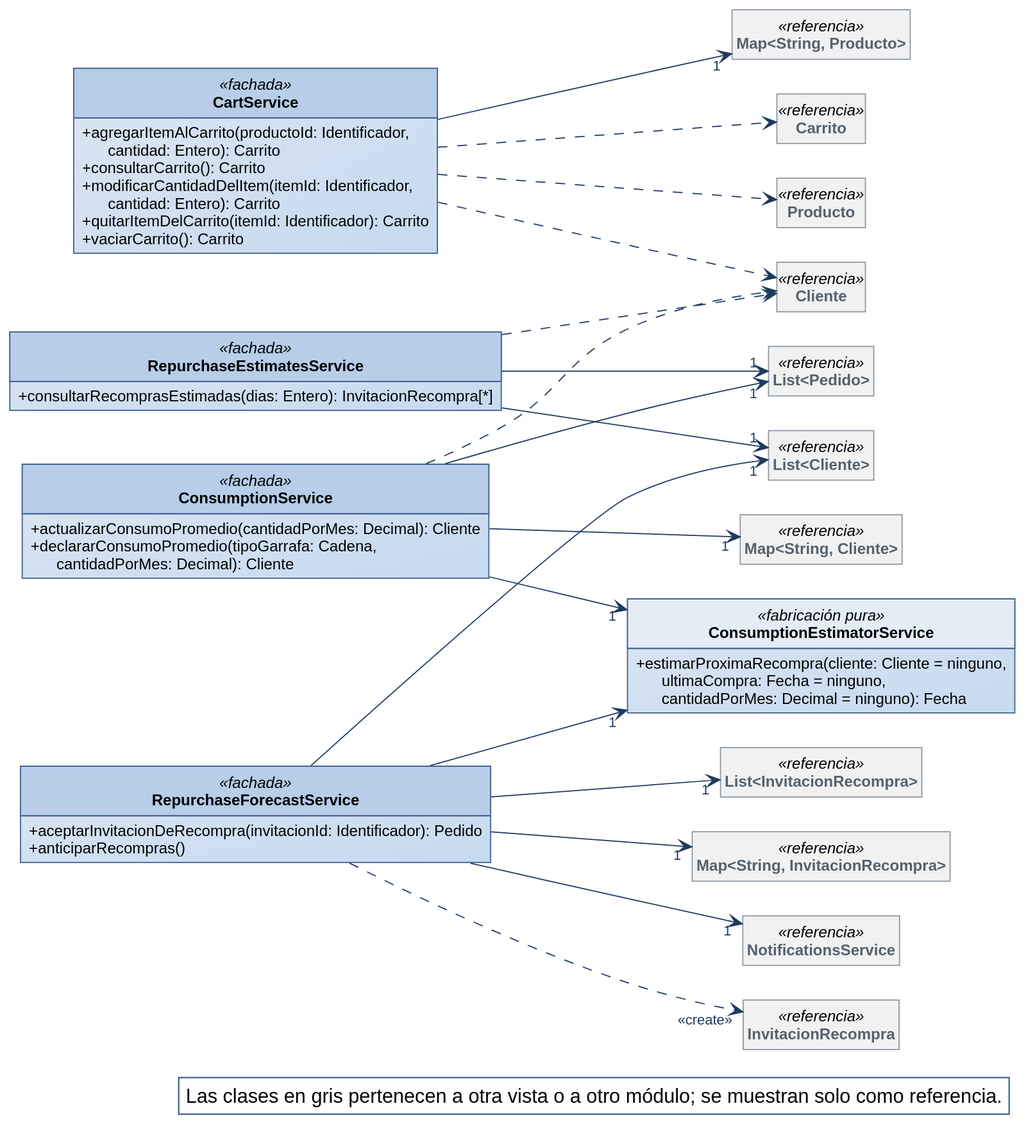
Before: diagramas/clases-diseno/DC_Mod_Carrito-y-recompra.svg, a diagram exported from PlantUML (Nahuelito-Dev/splg-docs).
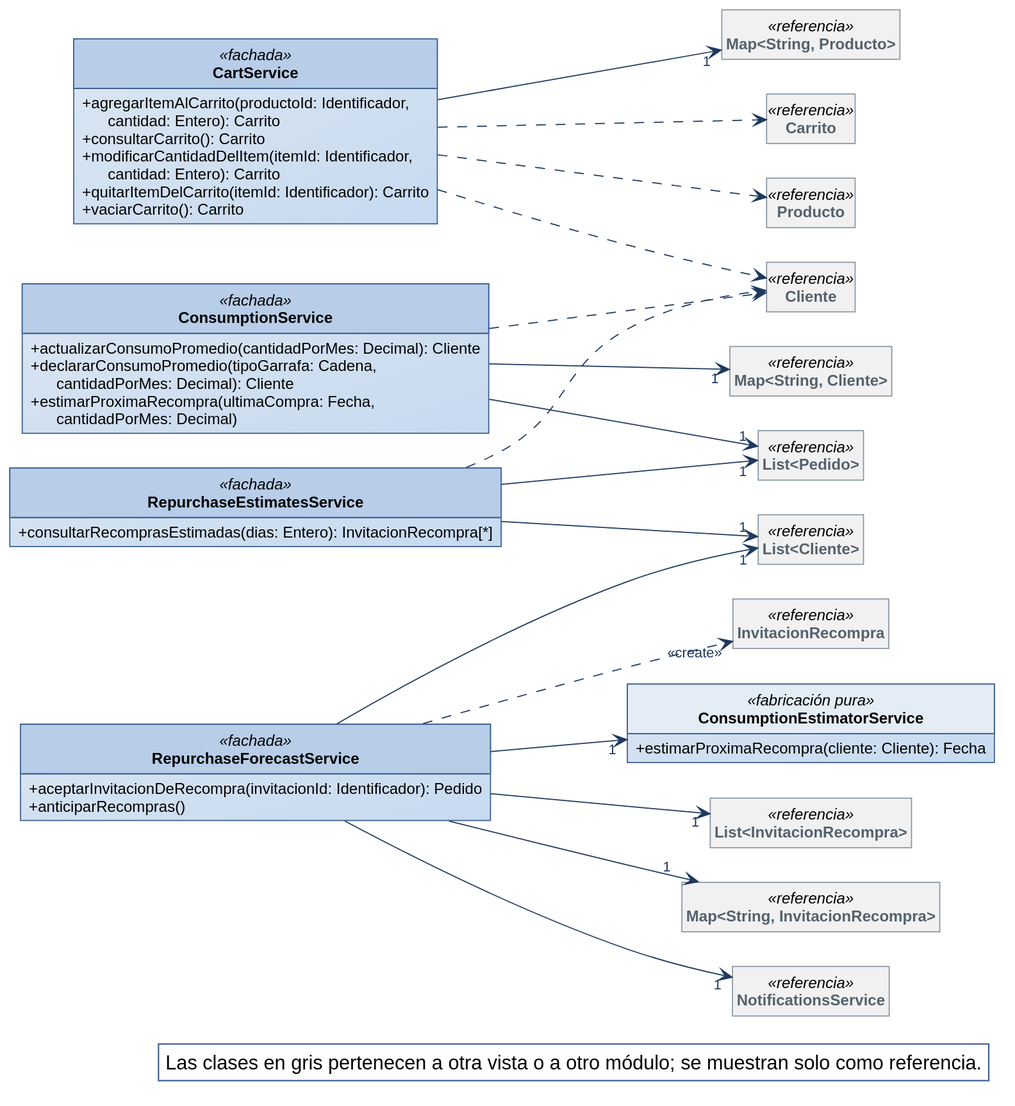
Above is the later version.

Change to the diagram source:
```diff
@@ -42,11 +42,12 @@
   + anticiparRecompras()
 }
 class ConsumptionEstimatorService <<fabricación pura>> {
-  + estimarProximaRecompra(cliente: Cliente = ninguno,\n      ultimaCompra: Fecha = ninguno,\n      cantidadPorMes: Decimal = ninguno): Fecha
+  + estimarProximaRecompra(cliente: Cliente): Fecha
 }
 class ConsumptionService <<fachada>> {
   + actualizarConsumoPromedio(cantidadPorMes: Decimal): Cliente
   + declararConsumoPromedio(tipoGarrafa: Cadena,\n      cantidadPorMes: Decimal): Cliente
+  + estimarProximaRecompra(ultimaCompra: Fecha,\n      cantidadPorMes: Decimal)
 }
 class RepurchaseEstimatesService <<fachada>> {
   + consultarRecomprasEstimadas(dias: Entero): InvitacionRecompra[*]
@@ -64,7 +65,6 @@
 class InvitacionRecompra <<referencia>>
 
 CartService --> "1" Map_String_Producto
-ConsumptionService --> "1" ConsumptionEstimatorService
 ConsumptionService --> "1" List_Pedido
 ConsumptionService --> "1" Map_String_Cliente
 RepurchaseEstimatesService --> "1" List_Cliente
```
